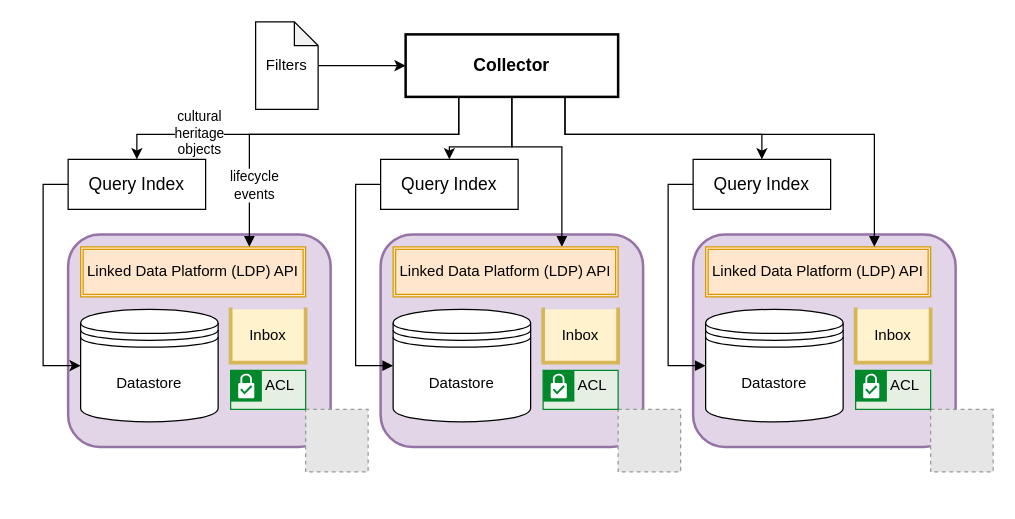
Above: page "Collector" (7 of 9) of diagrams/erfgoedpod.drawio in ErfgoedPod/architecture (draw.io), before the change. Source tidied: cells renumbered, new cells numbered last; positions are measured from the earlier drawing's top-left corner, leaving out a move shared by most shapes. Both pictures are drawn from the tidied source at 125%, with x=0, y=0 at pixel (68, 21). Pictures stored in the file or linked from it are replaced by grey dashed boxes.
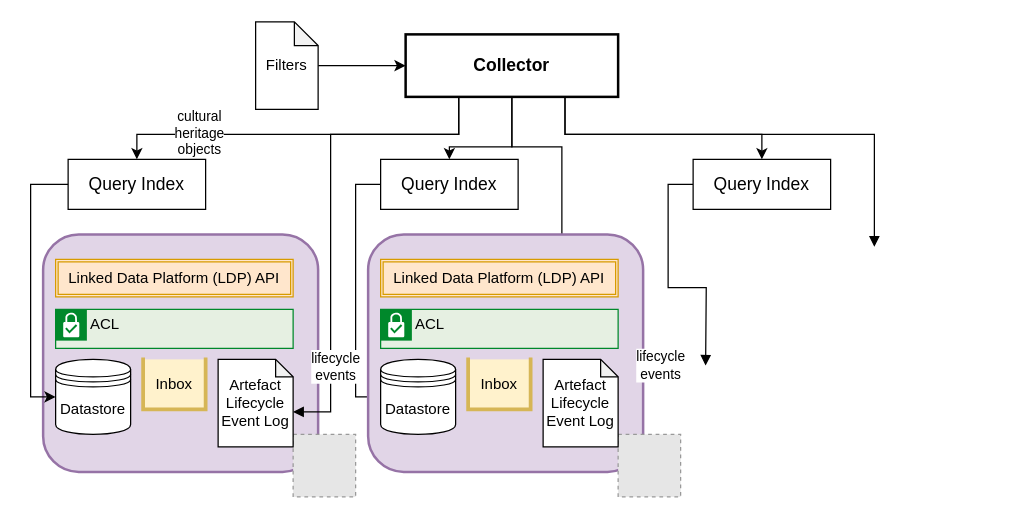
The same page after the edit.

Commit message (it also covers changes not shown here):
Finalizes draft about lifecycle events

Unchanged cells that the change refers to:
```xml
<mxCell id="26" value="Collector" style="rounded=0;whiteSpace=wrap;html=1;strokeWidth=2;fontSize=14;fontStyle=1;" parent="1" vertex="1">
  <mxGeometry x="270" y="10" width="170" height="50" as="geometry" />
</mxCell>
<mxCell id="28" value="Query Index" style="rounded=0;whiteSpace=wrap;html=1;strokeWidth=1;fontSize=14;" parent="1" vertex="1">
  <mxGeometry y="110" width="110" height="40" as="geometry" />
</mxCell>
<mxCell id="30" value="Query Index" style="rounded=0;whiteSpace=wrap;html=1;strokeWidth=1;fontSize=14;" parent="1" vertex="1">
  <mxGeometry x="250" y="110" width="110" height="40" as="geometry" />
</mxCell>
<mxCell id="32" value="Query Index" style="rounded=0;whiteSpace=wrap;html=1;strokeWidth=1;fontSize=14;" parent="1" vertex="1">
  <mxGeometry x="500" y="110" width="110" height="40" as="geometry" />
</mxCell>
```

Change to the diagram source:
```diff
@@
-    <mxCell id="2" style="rounded=1;whiteSpace=wrap;html=1;strokeWidth=2;strokeColor=#9673a6;fillColor=#e1d5e7;" parent="1" vertex="1">
-      <mxGeometry x="250" y="170" width="210" height="170" as="geometry" />
-    </mxCell>
-    <mxCell id="3" style="group;" parent="1" vertex="1">
-      <mxGeometry y="170" width="240" height="190" as="geometry" />
-    </mxCell>
-    <mxCell id="4" style="rounded=1;whiteSpace=wrap;html=1;strokeWidth=2;strokeColor=#9673a6;fillColor=#e1d5e7;" parent="3" vertex="1">
-      <mxGeometry width="210" height="170" as="geometry" />
-    </mxCell>
-    <mxCell id="5" value="Inbox" style="shape=partialRectangle;whiteSpace=wrap;html=1;bottom=1;right=1;left=1;top=0;fillColor=#fff2cc;routingCenterX=-0.5;strokeColor=#d6b656;strokeWidth=3;" parent="3" vertex="1">
-      <mxGeometry x="130" y="60" width="60" height="42.5" as="geometry" />
-    </mxCell>
-    <mxCell id="6" value="Datastore" style="shape=datastore;rounded=0;whiteSpace=wrap;html=1;verticalAlign=middle;" parent="3" vertex="1">
-      <mxGeometry x="10" y="60" width="110" height="90" as="geometry" />
-    </mxCell>
-    <mxCell id="7" style="fillColor=#E6E6E6;strokeColor=#999999;dashed=1;verticalLabelPosition=bottom;labelBackgroundColor=#ffffff;verticalAlign=top;" parent="3" vertex="1">
-      <mxGeometry x="190" y="140" width="50" height="50" as="geometry" />
-    </mxCell>
-    <mxCell id="8" value="Linked Data Platform (LDP) API" style="shape=ext;double=1;rounded=0;whiteSpace=wrap;html=1;fillColor=#ffe6cc;strokeColor=#d79b00;" parent="3" vertex="1">
-      <mxGeometry x="10" y="10" width="180" height="40" as="geometry" />
-    </mxCell>
-    <mxCell id="9" value="ACL" style="shape=mxgraph.ibm.box;prType=subnet;fontStyle=0;verticalAlign=top;align=left;spacingLeft=32;spacingTop=4;fillColor=#E6F0E2;rounded=0;whiteSpace=wrap;html=1;strokeColor=#00882B;strokeWidth=1;dashed=0;spacing=-4;" parent="3" vertex="1">
-      <mxGeometry x="130" y="108.8" width="60" height="31.2" as="geometry" />
-    </mxCell>
-    <mxCell id="10" style="group;" parent="1" vertex="1">
-      <mxGeometry x="500" y="170" width="240" height="190" as="geometry" />
-    </mxCell>
-    <mxCell id="11" style="rounded=1;whiteSpace=wrap;html=1;strokeWidth=2;strokeColor=#9673a6;fillColor=#e1d5e7;" parent="10" vertex="1">
-      <mxGeometry width="210" height="170" as="geometry" />
-    </mxCell>
-    <mxCell id="12" value="Inbox" style="shape=partialRectangle;whiteSpace=wrap;html=1;bottom=1;right=1;left=1;top=0;fillColor=#fff2cc;routingCenterX=-0.5;strokeColor=#d6b656;strokeWidth=3;" parent="10" vertex="1">
-      <mxGeometry x="130" y="60" width="60" height="42.5" as="geometry" />
-    </mxCell>
-    <mxCell id="13" value="Datastore" style="shape=datastore;rounded=0;whiteSpace=wrap;html=1;verticalAlign=middle;" parent="10" vertex="1">
-      <mxGeometry x="10" y="60" width="110" height="90" as="geometry" />
-    </mxCell>
-    <mxCell id="14" style="fillColor=#E6E6E6;strokeColor=#999999;dashed=1;verticalLabelPosition=bottom;labelBackgroundColor=#ffffff;verticalAlign=top;" parent="10" vertex="1">
-      <mxGeometry x="190" y="140" width="50" height="50" as="geometry" />
-    </mxCell>
-    <mxCell id="15" value="Linked Data Platform (LDP) API" style="shape=ext;double=1;rounded=0;whiteSpace=wrap;html=1;fillColor=#ffe6cc;strokeColor=#d79b00;" parent="10" vertex="1">
-      <mxGeometry x="10" y="10" width="180" height="40" as="geometry" />
-    </mxCell>
-    <mxCell id="16" value="ACL" style="shape=mxgraph.ibm.box;prType=subnet;fontStyle=0;verticalAlign=top;align=left;spacingLeft=32;spacingTop=4;fillColor=#E6F0E2;rounded=0;whiteSpace=wrap;html=1;strokeColor=#00882B;strokeWidth=1;dashed=0;spacing=-4;" parent="10" vertex="1">
-      <mxGeometry x="130" y="108.8" width="60" height="31.2" as="geometry" />
-    </mxCell>
@@
-    <mxCell id="23" style="edgeStyle=orthogonalEdgeStyle;rounded=0;jumpStyle=arc;jettySize=auto;html=1;exitX=0.25;exitY=1;exitDx=0;exitDy=0;entryX=0.75;entryY=0;entryDx=0;entryDy=0;endArrow=block;endFill=1;" parent="1" edge="1" source="26" target="8">
-      <mxGeometry relative="1" as="geometry">
-        <Array as="points">
-          <mxPoint x="313" y="90" />
-          <mxPoint x="145" y="90" />
-        </Array>
-      </mxGeometry>
-    </mxCell>
-    <mxCell id="24" value="lifecycle&lt;br&gt;events" style="edgeLabel;html=1;align=center;verticalAlign=middle;" parent="23" vertex="1">
-      <mxGeometry x="0.65" y="3" relative="1" as="geometry">
-        <mxPoint y="1" as="offset" />
-      </mxGeometry>
-    </mxCell>
-    <mxCell id="25" style="edgeStyle=orthogonalEdgeStyle;rounded=0;jumpStyle=arc;jettySize=auto;html=1;exitX=0.5;exitY=1;exitDx=0;exitDy=0;entryX=0.75;entryY=0;entryDx=0;entryDy=0;endArrow=block;endFill=1;startArrow=none;startFill=0;" parent="1" edge="1" source="26" target="37">
+    <mxCell id="25" style="edgeStyle=orthogonalEdgeStyle;rounded=0;jumpStyle=arc;jettySize=auto;html=1;exitX=0.5;exitY=1;exitDx=0;exitDy=0;entryX=0.75;entryY=0;entryDx=0;entryDy=0;endArrow=block;endFill=1;startArrow=none;startFill=0;" parent="1" edge="1" source="26">
       <mxGeometry relative="1" as="geometry">
+        <mxPoint x="395" y="180" as="targetPoint" />
         <Array as="points">
           <mxPoint x="355" y="100" />
           <mxPoint x="395" y="100" />
         </Array>
       </mxGeometry>
     </mxCell>
@@
-    <mxCell id="27" style="edgeStyle=orthogonalEdgeStyle;rounded=0;jettySize=auto;html=1;exitX=0;exitY=0.5;exitDx=0;exitDy=0;entryX=0;entryY=0.5;entryDx=0;entryDy=0;" parent="1" edge="1" source="28" target="6">
-      <mxGeometry relative="1" as="geometry" />
-    </mxCell>
@@
-    <mxCell id="29" style="edgeStyle=orthogonalEdgeStyle;rounded=0;jettySize=auto;html=1;exitX=0;exitY=0.5;exitDx=0;exitDy=0;entryX=0;entryY=0.5;entryDx=0;entryDy=0;endArrow=block;endFill=1;" parent="1" edge="1" source="30" target="35">
+    <mxCell id="29" style="edgeStyle=orthogonalEdgeStyle;rounded=0;jettySize=auto;html=1;exitX=0;exitY=0.5;exitDx=0;exitDy=0;entryX=0;entryY=0.5;entryDx=0;entryDy=0;endArrow=block;endFill=1;" parent="1" edge="1" source="30" target="54">
       <mxGeometry relative="1" as="geometry" />
     </mxCell>
@@
-    <mxCell id="31" style="edgeStyle=orthogonalEdgeStyle;rounded=0;jettySize=auto;html=1;exitX=0;exitY=0.5;exitDx=0;exitDy=0;entryX=0;entryY=0.5;entryDx=0;entryDy=0;endArrow=block;endFill=1;" parent="1" edge="1" source="32" target="13">
-      <mxGeometry relative="1" as="geometry" />
+    <mxCell id="31" style="edgeStyle=orthogonalEdgeStyle;rounded=0;jettySize=auto;html=1;exitX=0;exitY=0.5;exitDx=0;exitDy=0;entryX=0;entryY=0.5;entryDx=0;entryDy=0;endArrow=block;endFill=1;" parent="1" edge="1" source="32">
+      <mxGeometry relative="1" as="geometry">
+        <mxPoint x="510" y="275" as="targetPoint" />
+      </mxGeometry>
     </mxCell>
@@
-    <mxCell id="33" style="edgeStyle=orthogonalEdgeStyle;rounded=0;jumpStyle=arc;jettySize=auto;html=1;exitX=0.75;exitY=0;exitDx=0;exitDy=0;endArrow=none;endFill=0;entryX=0.75;entryY=1;entryDx=0;entryDy=0;startArrow=block;startFill=1;" parent="1" edge="1" source="15" target="26">
+    <mxCell id="33" style="edgeStyle=orthogonalEdgeStyle;rounded=0;jumpStyle=arc;jettySize=auto;html=1;exitX=0.75;exitY=0;exitDx=0;exitDy=0;endArrow=none;endFill=0;entryX=0.75;entryY=1;entryDx=0;entryDy=0;startArrow=block;startFill=1;" parent="1" edge="1" target="26">
       <mxGeometry relative="1" as="geometry">
+        <mxPoint x="645" y="180" as="sourcePoint" />
         <Array as="points">
           <mxPoint x="645" y="90" />
           <mxPoint x="398" y="90" />
         </Array>
       </mxGeometry>
     </mxCell>
-    <mxCell id="34" value="Inbox" style="shape=partialRectangle;whiteSpace=wrap;html=1;bottom=1;right=1;left=1;top=0;fillColor=#fff2cc;routingCenterX=-0.5;strokeColor=#d6b656;strokeWidth=3;" parent="1" vertex="1">
-      <mxGeometry x="380" y="230" width="60" height="42.5" as="geometry" />
-    </mxCell>
-    <mxCell id="35" value="Datastore" style="shape=datastore;rounded=0;whiteSpace=wrap;html=1;verticalAlign=middle;" parent="1" vertex="1">
-      <mxGeometry x="260" y="230" width="110" height="90" as="geometry" />
-    </mxCell>
-    <mxCell id="36" style="fillColor=#E6E6E6;strokeColor=#999999;dashed=1;verticalLabelPosition=bottom;labelBackgroundColor=#ffffff;verticalAlign=top;" parent="1" vertex="1">
-      <mxGeometry x="440" y="310" width="50" height="50" as="geometry" />
-    </mxCell>
-    <mxCell id="37" value="Linked Data Platform (LDP) API" style="shape=ext;double=1;rounded=0;whiteSpace=wrap;html=1;fillColor=#ffe6cc;strokeColor=#d79b00;" parent="1" vertex="1">
-      <mxGeometry x="260" y="180" width="180" height="40" as="geometry" />
-    </mxCell>
-    <mxCell id="38" value="ACL" style="shape=mxgraph.ibm.box;prType=subnet;fontStyle=0;verticalAlign=top;align=left;spacingLeft=32;spacingTop=4;fillColor=#E6F0E2;rounded=0;whiteSpace=wrap;html=1;strokeColor=#00882B;strokeWidth=1;dashed=0;spacing=-4;" parent="1" vertex="1">
-      <mxGeometry x="380" y="278.8" width="60" height="31.2" as="geometry" />
-    </mxCell>
+    <mxCell id="39" style="group;" parent="1" vertex="1">
+      <mxGeometry x="-10" y="170" width="240" height="190" as="geometry" />
+    </mxCell>
+    <mxCell id="40" style="rounded=1;whiteSpace=wrap;html=1;strokeWidth=2;strokeColor=#9673a6;fillColor=#e1d5e7;" parent="39" vertex="1">
+      <mxGeometry x="-10" width="220" height="190" as="geometry" />
+    </mxCell>
+    <mxCell id="41" value="Inbox" style="shape=partialRectangle;whiteSpace=wrap;html=1;bottom=1;right=1;left=1;top=0;fillColor=#fff2cc;routingCenterX=-0.5;strokeColor=#d6b656;strokeWidth=3;rotation=0;" parent="39" vertex="1">
+      <mxGeometry x="70" y="100" width="50" height="40" as="geometry" />
+    </mxCell>
+    <mxCell id="42" style="fillColor=#E6E6E6;strokeColor=#999999;dashed=1;verticalLabelPosition=bottom;labelBackgroundColor=#ffffff;verticalAlign=top;" parent="39" vertex="1">
+      <mxGeometry x="190" y="160" width="50" height="50" as="geometry" />
+    </mxCell>
+    <mxCell id="43" value="Linked Data Platform (LDP) API" style="shape=ext;double=1;rounded=0;whiteSpace=wrap;html=1;fillColor=#ffe6cc;strokeColor=#d79b00;" parent="39" vertex="1">
+      <mxGeometry y="20" width="190" height="30" as="geometry" />
+    </mxCell>
+    <mxCell id="44" value="ACL" style="shape=mxgraph.ibm.box;prType=subnet;fontStyle=0;verticalAlign=top;align=left;spacingLeft=32;spacingTop=4;fillColor=#E6F0E2;rounded=0;whiteSpace=wrap;html=1;strokeColor=#00882B;strokeWidth=1;dashed=0;spacing=-4;" parent="39" vertex="1">
+      <mxGeometry y="60" width="190" height="31.2" as="geometry" />
+    </mxCell>
+    <mxCell id="45" value="&lt;div&gt;Artefact&lt;/div&gt;&lt;div&gt;Lifecycle&lt;/div&gt;&lt;div&gt;Event Log&lt;br&gt;&lt;/div&gt;" style="shape=note;whiteSpace=wrap;html=1;backgroundOutline=1;darkOpacity=0.05;size=14;" parent="39" vertex="1">
+      <mxGeometry x="130" y="100" width="60" height="70" as="geometry" />
+    </mxCell>
+    <mxCell id="46" value="Datastore" style="shape=datastore;rounded=0;whiteSpace=wrap;html=1;verticalAlign=middle;" parent="39" vertex="1">
+      <mxGeometry y="100" width="60" height="60" as="geometry" />
+    </mxCell>
+    <mxCell id="23" style="edgeStyle=orthogonalEdgeStyle;rounded=0;jumpStyle=arc;jettySize=auto;html=1;exitX=0.25;exitY=1;exitDx=0;exitDy=0;entryX=0;entryY=0;entryDx=60;entryDy=42;endArrow=block;endFill=1;entryPerimeter=0;" parent="1" edge="1" source="26" target="45">
+      <mxGeometry relative="1" as="geometry">
+        <Array as="points">
+          <mxPoint x="313" y="90" />
+          <mxPoint x="210" y="90" />
+          <mxPoint x="210" y="312" />
+        </Array>
+      </mxGeometry>
+    </mxCell>
+    <mxCell id="24" value="lifecycle&lt;br&gt;events" style="edgeLabel;html=1;align=center;verticalAlign=middle;" parent="23" vertex="1">
+      <mxGeometry x="0.65" y="3" relative="1" as="geometry">
+        <mxPoint y="1" as="offset" />
+      </mxGeometry>
+    </mxCell>
+    <mxCell id="27" style="edgeStyle=orthogonalEdgeStyle;rounded=0;jettySize=auto;html=1;exitX=0;exitY=0.5;exitDx=0;exitDy=0;entryX=0;entryY=0.5;entryDx=0;entryDy=0;" parent="1" edge="1" source="28" target="46">
+      <mxGeometry relative="1" as="geometry" />
+    </mxCell>
+    <mxCell id="47" style="group;" parent="1" vertex="1">
+      <mxGeometry x="250" y="170" width="240" height="190" as="geometry" />
+    </mxCell>
+    <mxCell id="48" style="rounded=1;whiteSpace=wrap;html=1;strokeWidth=2;strokeColor=#9673a6;fillColor=#e1d5e7;" parent="47" vertex="1">
+      <mxGeometry x="-10" width="220" height="190" as="geometry" />
+    </mxCell>
+    <mxCell id="49" value="Inbox" style="shape=partialRectangle;whiteSpace=wrap;html=1;bottom=1;right=1;left=1;top=0;fillColor=#fff2cc;routingCenterX=-0.5;strokeColor=#d6b656;strokeWidth=3;rotation=0;" parent="47" vertex="1">
+      <mxGeometry x="70" y="100" width="50" height="40" as="geometry" />
+    </mxCell>
+    <mxCell id="50" style="fillColor=#E6E6E6;strokeColor=#999999;dashed=1;verticalLabelPosition=bottom;labelBackgroundColor=#ffffff;verticalAlign=top;" parent="47" vertex="1">
+      <mxGeometry x="190" y="160" width="50" height="50" as="geometry" />
+    </mxCell>
+    <mxCell id="51" value="Linked Data Platform (LDP) API" style="shape=ext;double=1;rounded=0;whiteSpace=wrap;html=1;fillColor=#ffe6cc;strokeColor=#d79b00;" parent="47" vertex="1">
+      <mxGeometry y="20" width="190" height="30" as="geometry" />
+    </mxCell>
+    <mxCell id="52" value="ACL" style="shape=mxgraph.ibm.box;prType=subnet;fontStyle=0;verticalAlign=top;align=left;spacingLeft=32;spacingTop=4;fillColor=#E6F0E2;rounded=0;whiteSpace=wrap;html=1;strokeColor=#00882B;strokeWidth=1;dashed=0;spacing=-4;" parent="47" vertex="1">
+      <mxGeometry y="60" width="190" height="31.2" as="geometry" />
+    </mxCell>
+    <mxCell id="53" value="&lt;div&gt;Artefact&lt;/div&gt;&lt;div&gt;Lifecycle&lt;/div&gt;&lt;div&gt;Event Log&lt;br&gt;&lt;/div&gt;" style="shape=note;whiteSpace=wrap;html=1;backgroundOutline=1;darkOpacity=0.05;size=14;" parent="47" vertex="1">
+      <mxGeometry x="130" y="100" width="60" height="70" as="geometry" />
+    </mxCell>
+    <mxCell id="54" value="Datastore" style="shape=datastore;rounded=0;whiteSpace=wrap;html=1;verticalAlign=middle;" parent="47" vertex="1">
+      <mxGeometry y="100" width="60" height="60" as="geometry" />
+    </mxCell>
+    <mxCell id="55" value="lifecycle&lt;br&gt;events" style="edgeLabel;html=1;align=center;verticalAlign=middle;" parent="1" vertex="1">
+      <mxGeometry x="473" y="274.5" as="geometry" />
+    </mxCell>
```
